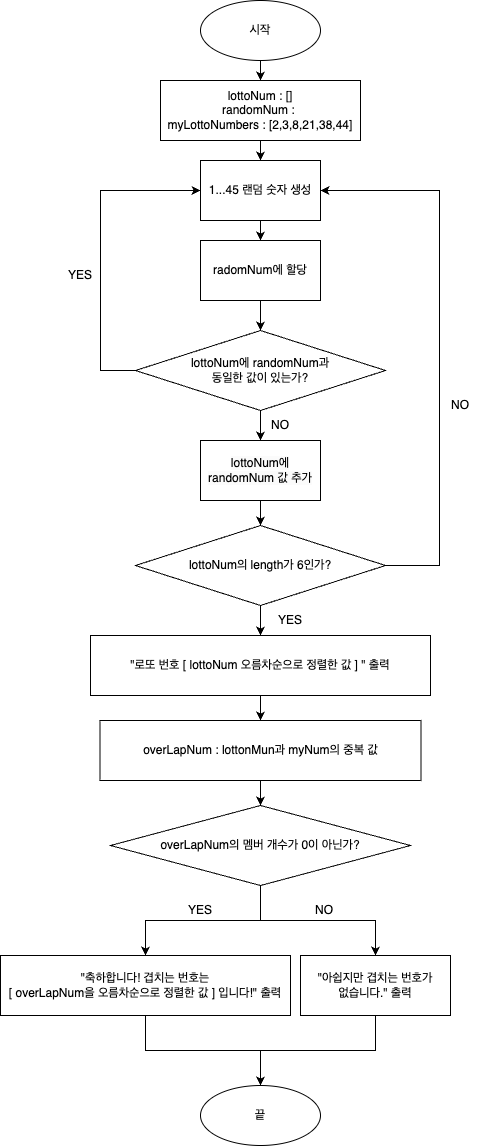
This is RandomLottoNumber2.drawio.png from yagom-academy/swift-starter-Round2, a draw.io export, as it was before one commit. Source tidied: cells renumbered, new cells last; positions are measured from the earlier drawing's top-left corner, leaving out a move shared by most shapes.
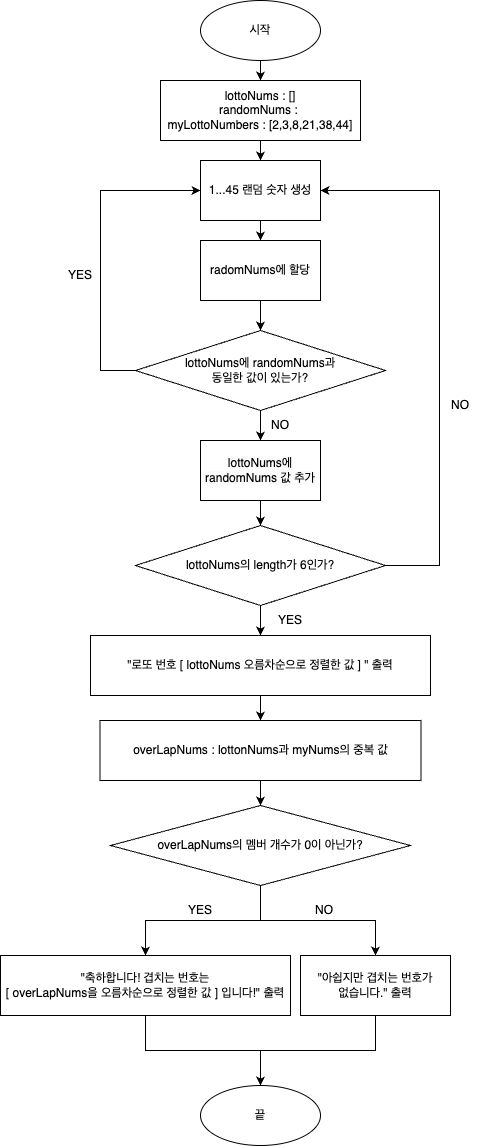
After the change.

The edit, as a diff of the source:
```diff
@@ -11,13 +11,13 @@
     <mxCell id="4" style="edgeStyle=orthogonalEdgeStyle;rounded=0;jettySize=auto;html=1;" parent="1" edge="1" source="5" target="10">
       <mxGeometry relative="1" as="geometry" />
     </mxCell>
-    <mxCell id="5" value="lottoNum : []&lt;br&gt;randomNum :&amp;nbsp;&lt;br&gt;myLottoNumbers : [2,3,8,21,38,44]" style="rounded=0;whiteSpace=wrap;html=1;" parent="1" vertex="1">
+    <mxCell id="5" value="lottoNums : []&lt;br&gt;randomNums :&amp;nbsp;&lt;br&gt;myLottoNumbers : [2,3,8,21,38,44]" style="rounded=0;whiteSpace=wrap;html=1;" parent="1" vertex="1">
       <mxGeometry x="160" y="80" width="200" height="60" as="geometry" />
     </mxCell>
     <mxCell id="6" style="edgeStyle=orthogonalEdgeStyle;rounded=0;jettySize=auto;html=1;" parent="1" edge="1" source="7" target="26">
       <mxGeometry relative="1" as="geometry" />
     </mxCell>
-    <mxCell id="7" value="&quot;로또 번호 [ lottoNum 오름차순으로 정렬한 값 ] &quot; 출력" style="rounded=0;whiteSpace=wrap;html=1;" parent="1" vertex="1">
+    <mxCell id="7" value="&quot;로또 번호 [ lottoNums 오름차순으로 정렬한 값 ] &quot; 출력" style="rounded=0;whiteSpace=wrap;html=1;" parent="1" vertex="1">
       <mxGeometry x="90" y="635" width="340" height="60" as="geometry" />
     </mxCell>
     <mxCell id="8" value="끝" style="ellipse;whiteSpace=wrap;html=1;" parent="1" vertex="1">
@@ -32,7 +32,7 @@
     <mxCell id="11" style="edgeStyle=orthogonalEdgeStyle;rounded=0;jettySize=auto;html=1;" parent="1" edge="1" source="12" target="15">
       <mxGeometry relative="1" as="geometry" />
     </mxCell>
-    <mxCell id="12" value="radomNum에 할당" style="whiteSpace=wrap;html=1;rounded=0;" parent="1" vertex="1">
+    <mxCell id="12" value="radomNums에 할당" style="whiteSpace=wrap;html=1;rounded=0;" parent="1" vertex="1">
       <mxGeometry x="200" y="240" width="120" height="60" as="geometry" />
     </mxCell>
     <mxCell id="13" style="edgeStyle=orthogonalEdgeStyle;rounded=0;jettySize=auto;html=1;entryX=0;entryY=0.5;entryDx=0;entryDy=0;" parent="1" edge="1" source="15" target="10">
@@ -46,7 +46,7 @@
     <mxCell id="14" style="edgeStyle=orthogonalEdgeStyle;rounded=0;jettySize=auto;html=1;" parent="1" edge="1" source="15" target="18">
       <mxGeometry relative="1" as="geometry" />
     </mxCell>
-    <mxCell id="15" value="lottoNum에 randomNum과 &lt;br&gt;동일한 값이 있는가?" style="rhombus;whiteSpace=wrap;html=1;rounded=0;" parent="1" vertex="1">
+    <mxCell id="15" value="lottoNums에 randomNums과 &lt;br&gt;동일한 값이 있는가?" style="rhombus;whiteSpace=wrap;html=1;rounded=0;" parent="1" vertex="1">
       <mxGeometry x="135" y="330" width="250" height="80" as="geometry" />
     </mxCell>
     <mxCell id="16" value="YES" style="text;html=1;align=center;verticalAlign=middle;whiteSpace=wrap;rounded=0;" parent="1" vertex="1">
@@ -55,13 +55,13 @@
     <mxCell id="17" style="edgeStyle=orthogonalEdgeStyle;rounded=0;jettySize=auto;html=1;" parent="1" edge="1" source="18" target="20">
       <mxGeometry relative="1" as="geometry" />
     </mxCell>
-    <mxCell id="18" value="&lt;span style=&quot;color: rgb(0, 0, 0); font-family: Helvetica; font-size: 12px; font-style: normal; font-variant-ligatures: normal; font-variant-caps: normal; font-weight: 400; letter-spacing: normal; orphans: 2; text-align: center; text-indent: 0px; text-transform: none; widows: 2; word-spacing: 0px; -webkit-text-stroke-width: 0px; background-color: rgb(251, 251, 251); text-decoration-thickness: initial; text-decoration-style: initial; text-decoration-color: initial; float: none; display: inline !important;&quot;&gt;lottoNum에 randomNum 값 추가&lt;/span&gt;" style="whiteSpace=wrap;html=1;rounded=0;" parent="1" vertex="1">
+    <mxCell id="18" value="&lt;span style=&quot;color: rgb(0, 0, 0); font-family: Helvetica; font-size: 12px; font-style: normal; font-variant-ligatures: normal; font-variant-caps: normal; font-weight: 400; letter-spacing: normal; orphans: 2; text-align: center; text-indent: 0px; text-transform: none; widows: 2; word-spacing: 0px; -webkit-text-stroke-width: 0px; background-color: rgb(251, 251, 251); text-decoration-thickness: initial; text-decoration-style: initial; text-decoration-color: initial; float: none; display: inline !important;&quot;&gt;lottoNums에 randomNums 값 추가&lt;/span&gt;" style="whiteSpace=wrap;html=1;rounded=0;" parent="1" vertex="1">
       <mxGeometry x="200" y="440" width="120" height="60" as="geometry" />
     </mxCell>
     <mxCell id="19" style="edgeStyle=orthogonalEdgeStyle;rounded=0;jettySize=auto;html=1;entryX=0.5;entryY=0;entryDx=0;entryDy=0;" parent="1" edge="1" source="20" target="7">
       <mxGeometry relative="1" as="geometry" />
     </mxCell>
-    <mxCell id="20" value="lottoNum의 length가 6인가?" style="rhombus;whiteSpace=wrap;html=1;rounded=0;" parent="1" vertex="1">
+    <mxCell id="20" value="lottoNums의 length가 6인가?" style="rhombus;whiteSpace=wrap;html=1;rounded=0;" parent="1" vertex="1">
       <mxGeometry x="135" y="525" width="250" height="80" as="geometry" />
     </mxCell>
     <mxCell id="21" value="YES" style="text;html=1;align=center;verticalAlign=middle;whiteSpace=wrap;rounded=0;" parent="1" vertex="1">
@@ -85,7 +85,7 @@
     <mxCell id="25" style="edgeStyle=orthogonalEdgeStyle;rounded=0;jettySize=auto;html=1;" parent="1" edge="1" source="26" target="29">
       <mxGeometry relative="1" as="geometry" />
     </mxCell>
-    <mxCell id="26" value="overLapNum : lottonMun과 myNum의 중복 값" style="whiteSpace=wrap;html=1;rounded=0;" parent="1" vertex="1">
+    <mxCell id="26" value="overLapNums : lottonNums과 myNums의 중복 값" style="whiteSpace=wrap;html=1;rounded=0;" parent="1" vertex="1">
       <mxGeometry x="99.5" y="720" width="321" height="60" as="geometry" />
     </mxCell>
     <mxCell id="27" style="edgeStyle=orthogonalEdgeStyle;rounded=0;jettySize=auto;html=1;" parent="1" edge="1" source="29" target="31">
@@ -94,13 +94,13 @@
     <mxCell id="28" style="edgeStyle=orthogonalEdgeStyle;rounded=0;jettySize=auto;html=1;" parent="1" edge="1" source="29" target="33">
       <mxGeometry relative="1" as="geometry" />
     </mxCell>
-    <mxCell id="29" value="overLapNum의 멤버 개수가 0이 아닌가?" style="rhombus;whiteSpace=wrap;html=1;rounded=0;" parent="1" vertex="1">
+    <mxCell id="29" value="overLapNums의 멤버 개수가 0이 아닌가?" style="rhombus;whiteSpace=wrap;html=1;rounded=0;" parent="1" vertex="1">
       <mxGeometry x="110" y="805" width="300" height="80" as="geometry" />
     </mxCell>
     <mxCell id="30" style="edgeStyle=orthogonalEdgeStyle;rounded=0;jettySize=auto;html=1;" parent="1" edge="1" source="31" target="8">
       <mxGeometry relative="1" as="geometry" />
     </mxCell>
-    <mxCell id="31" value="&quot;축하합니다! 겹치는 번호는 &lt;br&gt;[ overLapNum을 오름차순으로 정렬한 값 ]&amp;nbsp;입니다!&quot; 출력" style="rounded=0;whiteSpace=wrap;html=1;" parent="1" vertex="1">
+    <mxCell id="31" value="&quot;축하합니다! 겹치는 번호는 &lt;br&gt;[ overLapNums을 오름차순으로 정렬한 값 ]&amp;nbsp;입니다!&quot; 출력" style="rounded=0;whiteSpace=wrap;html=1;" parent="1" vertex="1">
       <mxGeometry y="955" width="290" height="60" as="geometry" />
     </mxCell>
     <mxCell id="32" style="edgeStyle=orthogonalEdgeStyle;rounded=0;jettySize=auto;html=1;entryX=0.5;entryY=0;entryDx=0;entryDy=0;" parent="1" edge="1" source="33" target="8">
```
